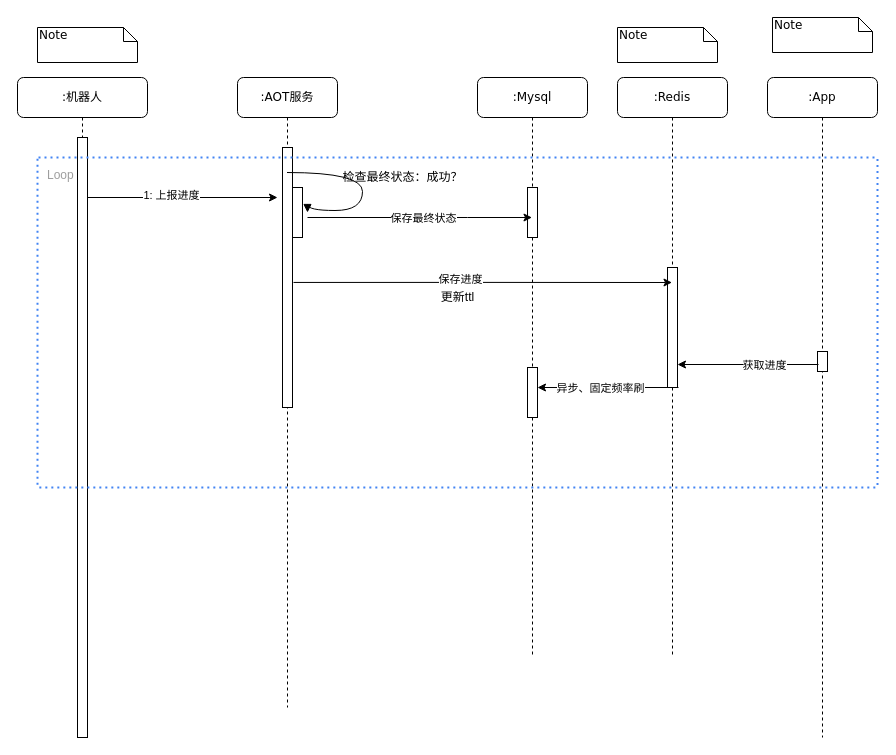
Before: craft/robot_report_upgrade.drawio in feihu618/drawio, a draw.io diagram. Source tidied: cells renumbered, new cells numbered last; positions are measured from the earlier drawing's top-left corner, leaving out a move shared by most shapes. Both pictures are drawn from the tidied source at 100%, with x=0, y=0 at pixel (17, 17).
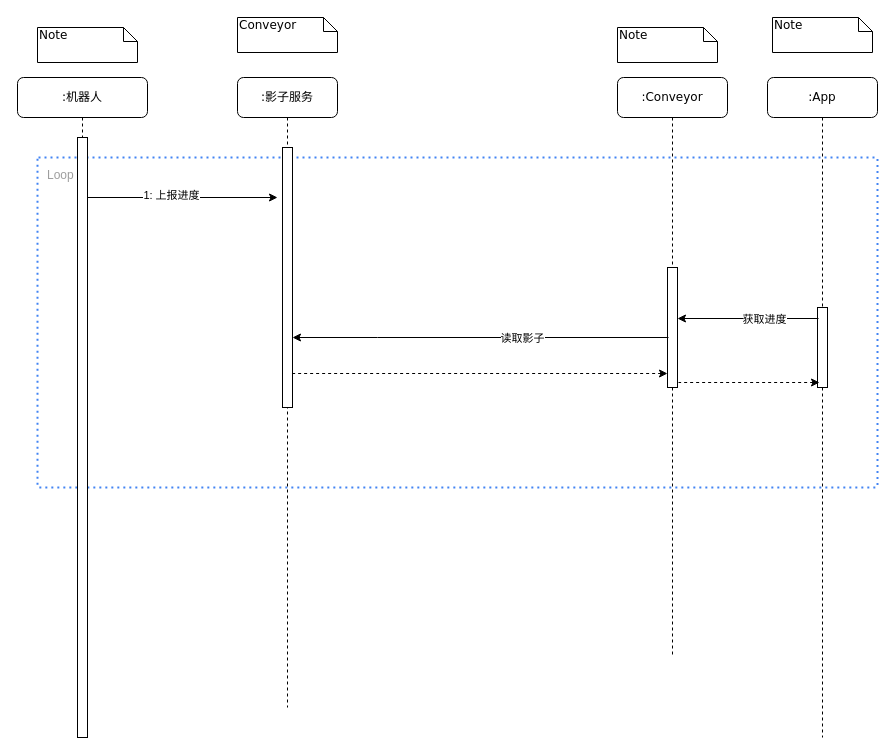
The same page after the edit.

Unchanged cells that the change refers to:
```xml
<mxCell id="3" style="html=1;points=[];perimeter=orthogonalPerimeter;rounded=0;shadow=0;comic=0;labelBackgroundColor=none;strokeWidth=1;fontFamily=Verdana;fontSize=12;align=center;" parent="2" vertex="1">
  <mxGeometry x="45" y="70" width="10" height="260" as="geometry" />
</mxCell>
<mxCell id="13" value=":App" style="shape=umlLifeline;perimeter=lifelinePerimeter;whiteSpace=wrap;html=1;rounded=1;shadow=0;comic=0;labelBackgroundColor=none;strokeWidth=1;fontFamily=Verdana;fontSize=12;align=center;" parent="1" vertex="1">
  <mxGeometry x="750" y="60" width="110" height="660" as="geometry" />
</mxCell>
```

The edit, as a diff of the source:
```diff
@@
+    <mxCell id="24" value="Loop" style="rounded=1;absoluteArcSize=1;arcSize=2;html=1;strokeColor=none;gradientColor=none;shadow=0;dashed=1;strokeColor=#4284F3;fontSize=12;fontColor=#9E9E9E;align=left;verticalAlign=top;spacing=10;spacingTop=-4;fillColor=none;dashPattern=1 2;strokeWidth=2;" parent="1" vertex="1">
+      <mxGeometry x="20" y="140" width="840" height="330" as="geometry" />
+    </mxCell>
-    <mxCell id="2" value=":AOT服务" style="shape=umlLifeline;perimeter=lifelinePerimeter;whiteSpace=wrap;html=1;rounded=1;shadow=0;comic=0;labelBackgroundColor=none;strokeWidth=1;fontFamily=Verdana;fontSize=12;align=center;" parent="1" vertex="1">
+    <mxCell id="2" value=":影子服务" style="shape=umlLifeline;perimeter=lifelinePerimeter;whiteSpace=wrap;html=1;rounded=1;shadow=0;comic=0;labelBackgroundColor=none;strokeWidth=1;fontFamily=Verdana;fontSize=12;align=center;" parent="1" vertex="1">
       <mxGeometry x="220" y="60" width="100" height="630" as="geometry" />
     </mxCell>
@@
-    <mxCell id="6" style="html=1;perimeter=orthogonalPerimeter;rounded=0;shadow=0;comic=0;labelBackgroundColor=none;strokeWidth=1;fontFamily=Verdana;fontSize=12;align=center;" parent="2" vertex="1">
-      <mxGeometry x="55" y="110" width="10" height="50" as="geometry" />
-    </mxCell>
-    <mxCell id="7" value=":Redis" style="shape=umlLifeline;perimeter=lifelinePerimeter;whiteSpace=wrap;html=1;rounded=1;shadow=0;comic=0;labelBackgroundColor=none;strokeWidth=1;fontFamily=Verdana;fontSize=12;align=center;" parent="1" vertex="1">
+    <mxCell id="7" value=":&lt;span style=&quot;text-align: left;&quot;&gt;Conveyor&lt;/span&gt;" style="shape=umlLifeline;perimeter=lifelinePerimeter;whiteSpace=wrap;html=1;rounded=1;shadow=0;comic=0;labelBackgroundColor=none;strokeWidth=1;fontFamily=Verdana;fontSize=12;align=center;" parent="1" vertex="1">
       <mxGeometry x="600" y="60" width="110" height="580" as="geometry" />
     </mxCell>
@@
     <mxCell id="14" style="html=1;points=[];perimeter=orthogonalPerimeter;rounded=0;shadow=0;comic=0;labelBackgroundColor=none;strokeWidth=1;fontFamily=Verdana;fontSize=12;align=center;" parent="13" vertex="1">
-      <mxGeometry x="50" y="274" width="10" height="20" as="geometry" />
+      <mxGeometry x="50" y="230" width="10" height="80" as="geometry" />
     </mxCell>
@@
-    <mxCell id="16" value="检查最终状态：成功？" style="html=1;verticalAlign=bottom;endArrow=block;labelBackgroundColor=none;fontFamily=Verdana;fontSize=12;elbow=vertical;edgeStyle=orthogonalEdgeStyle;curved=1;" parent="1" edge="1">
-      <mxGeometry x="0.04" y="40" relative="1" as="geometry">
-        <mxPoint x="269.5" y="155" as="sourcePoint" />
-        <mxPoint x="290" y="195" as="targetPoint" />
-        <Array as="points">
-          <mxPoint x="345" y="155" />
-          <mxPoint x="345" y="193" />
-        </Array>
-      </mxGeometry>
-    </mxCell>
-    <mxCell id="17" value=":Mysql" style="shape=umlLifeline;perimeter=lifelinePerimeter;whiteSpace=wrap;html=1;outlineConnect=0;rounded=1;shadow=0;comic=0;labelBackgroundColor=none;strokeWidth=1;fontFamily=Verdana;fontSize=12;align=center;" parent="1" vertex="1">
-      <mxGeometry x="460" y="60" width="110" height="580" as="geometry" />
-    </mxCell>
-    <mxCell id="18" style="html=1;perimeter=orthogonalPerimeter;rounded=0;shadow=0;comic=0;labelBackgroundColor=none;strokeWidth=1;fontFamily=Verdana;fontSize=12;align=center;" parent="17" vertex="1">
-      <mxGeometry x="50" y="110" width="10" height="50" as="geometry" />
-    </mxCell>
-    <mxCell id="19" style="html=1;perimeter=orthogonalPerimeter;rounded=0;shadow=0;comic=0;labelBackgroundColor=none;strokeWidth=1;fontFamily=Verdana;fontSize=12;align=center;" parent="17" vertex="1">
-      <mxGeometry x="50" y="290" width="10" height="50" as="geometry" />
-    </mxCell>
-    <mxCell id="20" style="edgeStyle=orthogonalEdgeStyle;rounded=0;jettySize=auto;html=1;fontSize=16;" parent="1" edge="1" target="17">
-      <mxGeometry relative="1" as="geometry">
-        <mxPoint x="290" y="200" as="sourcePoint" />
-        <Array as="points">
-          <mxPoint x="450" y="200" />
-          <mxPoint x="450" y="200" />
-        </Array>
-      </mxGeometry>
-    </mxCell>
-    <mxCell id="21" value="保存最终状态" style="edgeLabel;html=1;align=center;verticalAlign=middle;" parent="20" vertex="1">
-      <mxGeometry x="-0.13" y="3" relative="1" as="geometry">
-        <mxPoint x="17" y="3" as="offset" />
-      </mxGeometry>
-    </mxCell>
-    <mxCell id="22" style="edgeStyle=orthogonalEdgeStyle;rounded=0;jettySize=auto;html=1;fontSize=16;exitX=1.1;exitY=0.519;exitDx=0;exitDy=0;exitPerimeter=0;" parent="1" edge="1" source="3">
-      <mxGeometry relative="1" as="geometry">
-        <mxPoint x="654.5" y="265" as="targetPoint" />
-      </mxGeometry>
-    </mxCell>
-    <mxCell id="23" value="保存进度" style="edgeLabel;html=1;align=center;verticalAlign=middle;" parent="22" vertex="1">
-      <mxGeometry x="-0.13" y="3" relative="1" as="geometry">
-        <mxPoint x="2" as="offset" />
-      </mxGeometry>
-    </mxCell>
-    <mxCell id="24" value="Loop" style="rounded=1;absoluteArcSize=1;arcSize=2;html=1;strokeColor=none;gradientColor=none;shadow=0;dashed=1;strokeColor=#4284F3;fontSize=12;fontColor=#9E9E9E;align=left;verticalAlign=top;spacing=10;spacingTop=-4;fillColor=none;dashPattern=1 2;strokeWidth=2;" parent="1" vertex="1">
-      <mxGeometry x="20" y="140" width="840" height="330" as="geometry" />
-    </mxCell>
-    <mxCell id="25" style="edgeStyle=orthogonalEdgeStyle;rounded=0;jettySize=auto;html=1;fontSize=16;exitX=0.1;exitY=0.65;exitDx=0;exitDy=0;exitPerimeter=0;" parent="1" edge="1" source="14">
+    <mxCell id="25" style="edgeStyle=orthogonalEdgeStyle;rounded=0;orthogonalLoop=1;jettySize=auto;html=1;fontSize=16;exitX=0.1;exitY=0.65;exitDx=0;exitDy=0;exitPerimeter=0;" parent="1" edge="1">
       <mxGeometry relative="1" as="geometry">
-        <mxPoint x="660" y="347" as="targetPoint" />
+        <mxPoint x="801" y="301" as="sourcePoint" />
+        <mxPoint x="660" y="301" as="targetPoint" />
       </mxGeometry>
     </mxCell>
@@
-    <mxCell id="27" value="更新ttl" style="text;html=1;align=center;verticalAlign=middle;fillColor=none;strokeColor=none;rounded=0;" parent="1" vertex="1">
-      <mxGeometry x="415" y="270" width="50" height="20" as="geometry" />
-    </mxCell>
-    <mxCell id="28" style="edgeStyle=orthogonalEdgeStyle;rounded=0;orthogonalLoop=1;jettySize=auto;html=1;fontSize=16;exitX=0.1;exitY=0.65;exitDx=0;exitDy=0;exitPerimeter=0;" parent="1" edge="1">
-      <mxGeometry relative="1" as="geometry">
-        <mxPoint x="661" y="370" as="sourcePoint" />
-        <mxPoint x="520" y="370" as="targetPoint" />
-      </mxGeometry>
-    </mxCell>
-    <mxCell id="29" value="异步、固定频率刷" style="edgeLabel;html=1;align=center;verticalAlign=middle;" parent="28" vertex="1">
-      <mxGeometry x="0.12" relative="1" as="geometry" />
-    </mxCell>
+    <mxCell id="30" value="Conveyor" style="shape=note;whiteSpace=wrap;html=1;size=14;verticalAlign=top;align=left;spacingTop=-6;rounded=0;shadow=0;comic=0;labelBackgroundColor=none;strokeWidth=1;fontFamily=Verdana;fontSize=12;" parent="1" vertex="1">
+      <mxGeometry x="220" width="100" height="35" as="geometry" />
+    </mxCell>
+    <mxCell id="31" style="edgeStyle=orthogonalEdgeStyle;rounded=0;jettySize=auto;html=1;fontSize=16;exitX=0.1;exitY=0.65;exitDx=0;exitDy=0;exitPerimeter=0;" parent="1" edge="1" target="3">
+      <mxGeometry relative="1" as="geometry">
+        <mxPoint x="651" y="320" as="sourcePoint" />
+        <Array as="points">
+          <mxPoint x="360" y="320" />
+          <mxPoint x="360" y="320" />
+        </Array>
+      </mxGeometry>
+    </mxCell>
+    <mxCell id="32" value="读取影子" style="edgeLabel;html=1;align=center;verticalAlign=middle;" parent="31" vertex="1">
+      <mxGeometry x="-0.22" relative="1" as="geometry" />
+    </mxCell>
+    <mxCell id="33" style="edgeStyle=orthogonalEdgeStyle;rounded=0;orthogonalLoop=1;jettySize=auto;html=1;fontSize=16;exitX=0.1;exitY=0.65;exitDx=0;exitDy=0;exitPerimeter=0;dashed=1;endArrow=none;endFill=0;startArrow=classic;startFill=1;" parent="1" edge="1">
+      <mxGeometry relative="1" as="geometry">
+        <mxPoint x="650" y="356" as="sourcePoint" />
+        <mxPoint x="274" y="356" as="targetPoint" />
+        <Array as="points">
+          <mxPoint x="359" y="356" />
+          <mxPoint x="359" y="356" />
+        </Array>
+      </mxGeometry>
+    </mxCell>
+    <mxCell id="34" style="edgeStyle=orthogonalEdgeStyle;rounded=0;orthogonalLoop=1;jettySize=auto;html=1;fontSize=16;exitX=0.1;exitY=0.65;exitDx=0;exitDy=0;exitPerimeter=0;dashed=1;startArrow=classic;startFill=1;endArrow=none;endFill=0;" parent="1" edge="1">
+      <mxGeometry relative="1" as="geometry">
+        <mxPoint x="802" y="365" as="sourcePoint" />
+        <mxPoint x="661" y="365" as="targetPoint" />
+      </mxGeometry>
+    </mxCell>
```
